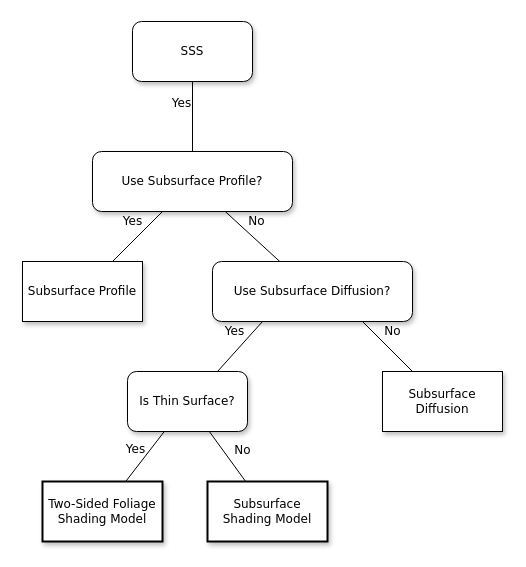
Earlier version of the draw.io diagram 未命名绘图.drawio (sextance/CG-Homework). Source tidied: cells renumbered, new cells numbered last; positions are measured from the earlier drawing's top-left corner, leaving out a move shared by most shapes. Both pictures are drawn from the tidied source at 100%, with x=0, y=0 at pixel (22, 21).
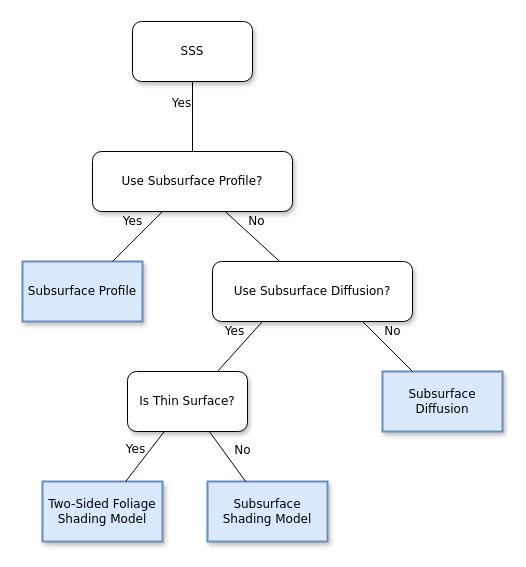
The same page after the edit.

Commit message (it also covers changes not shown here):
更新未命名绘图.drawio

Change to the diagram source:
```diff
@@
 <mxGraphModel>
   <root>
     <mxCell id="0" />
     <mxCell id="1" parent="0" />
     <mxCell id="2" value="SSS" style="whiteSpace=wrap;html=1;rounded=1;shadow=1;labelBackgroundColor=none;strokeWidth=1;fontFamily=Verdana;fontSize=12;align=center;" parent="1" vertex="1">
       <mxGeometry x="110" width="120" height="60" as="geometry" />
     </mxCell>
     <mxCell id="3" value="&lt;span&gt;Use Subsurface Profile?&lt;/span&gt;" style="whiteSpace=wrap;html=1;rounded=1;shadow=1;labelBackgroundColor=none;strokeWidth=1;fontFamily=Verdana;fontSize=12;align=center;" parent="1" vertex="1">
       <mxGeometry x="70" y="130" width="200" height="60" as="geometry" />
     </mxCell>
     <mxCell id="4" value="Yes" style="rounded=0;html=1;labelBackgroundColor=none;startArrow=none;startFill=0;startSize=5;endArrow=none;endFill=0;endSize=5;jettySize=auto;strokeWidth=1;fontFamily=Verdana;fontSize=12;" parent="1" edge="1" source="2" target="3">
       <mxGeometry x="-0.36" y="-11" relative="1" as="geometry" />
     </mxCell>
-    <mxCell id="5" value="&lt;span&gt;Subsurface Profile&lt;/span&gt;" style="whiteSpace=wrap;html=1;rounded=0;shadow=1;labelBackgroundColor=none;strokeWidth=1;fontFamily=Verdana;fontSize=12;align=center;" parent="1" vertex="1">
+    <mxCell id="5" value="&lt;span&gt;Subsurface Profile&lt;/span&gt;" style="whiteSpace=wrap;html=1;rounded=0;shadow=1;labelBackgroundColor=none;strokeWidth=2;fontFamily=Verdana;fontSize=12;align=center;fillColor=#dae8fc;strokeColor=#6c8ebf;" parent="1" vertex="1">
       <mxGeometry y="240" width="120" height="60" as="geometry" />
     </mxCell>
     <mxCell id="6" value="&lt;span&gt;Use Subsurface Diffusion?&lt;/span&gt;" style="whiteSpace=wrap;html=1;rounded=1;shadow=1;labelBackgroundColor=none;strokeWidth=1;fontFamily=Verdana;fontSize=12;align=center;" parent="1" vertex="1">
       <mxGeometry x="190" y="240" width="200" height="60" as="geometry" />
     </mxCell>
-    <mxCell id="7" value="&lt;span&gt;Subsurface Diffusion&lt;/span&gt;" style="whiteSpace=wrap;html=1;rounded=0;shadow=1;labelBackgroundColor=none;strokeWidth=1;fontFamily=Verdana;fontSize=12;align=center;" parent="1" vertex="1">
+    <mxCell id="7" value="&lt;span&gt;Subsurface Diffusion&lt;/span&gt;" style="whiteSpace=wrap;html=1;rounded=0;shadow=1;labelBackgroundColor=none;strokeWidth=2;fontFamily=Verdana;fontSize=12;align=center;fillColor=#dae8fc;strokeColor=#6c8ebf;" parent="1" vertex="1">
       <mxGeometry x="360" y="350" width="120" height="60" as="geometry" />
     </mxCell>
     <mxCell id="8" value="&lt;span&gt;Is Thin Surface?&lt;/span&gt;" style="whiteSpace=wrap;html=1;rounded=1;shadow=1;labelBackgroundColor=none;strokeWidth=1;fontFamily=Verdana;fontSize=12;align=center;" parent="1" vertex="1">
       <mxGeometry x="105" y="350" width="120" height="60" as="geometry" />
     </mxCell>
     <mxCell id="9" value="Yes" style="rounded=0;html=1;labelBackgroundColor=none;startArrow=none;startFill=0;startSize=5;endArrow=none;endFill=0;endSize=5;jettySize=auto;strokeWidth=1;fontFamily=Verdana;fontSize=12;" parent="1" edge="1" source="3" target="5">
       <mxGeometry x="-0.2" y="-14" relative="1" as="geometry" />
     </mxCell>
     <mxCell id="10" value="No" style="rounded=0;html=1;labelBackgroundColor=none;startArrow=none;startFill=0;startSize=5;endArrow=none;endFill=0;endSize=5;jettySize=auto;strokeWidth=1;fontFamily=Verdana;fontSize=12;" parent="1" edge="1" source="3" target="6">
       <mxGeometry x="-0.2" y="14" relative="1" as="geometry" />
     </mxCell>
     <mxCell id="11" value="Yes" style="rounded=0;html=1;labelBackgroundColor=none;startArrow=none;startFill=0;startSize=5;endArrow=none;endFill=0;endSize=5;jettySize=auto;strokeWidth=1;fontFamily=Verdana;fontSize=12;exitX=0.25;exitY=1;exitDx=0;exitDy=0;entryX=0.75;entryY=0;entryDx=0;entryDy=0;" parent="1" edge="1" source="6" target="8">
       <mxGeometry x="-0.22" y="-14" relative="1" as="geometry" />
     </mxCell>
-    <mxCell id="12" value="Two-Sided Foliage&lt;br&gt;Shading Model" style="whiteSpace=wrap;html=1;rounded=0;shadow=1;labelBackgroundColor=none;strokeWidth=2;fontFamily=Verdana;fontSize=12;align=center;" parent="1" vertex="1">
+    <mxCell id="12" value="Two-Sided Foliage&lt;br&gt;Shading Model" style="whiteSpace=wrap;html=1;rounded=0;shadow=1;labelBackgroundColor=none;strokeWidth=2;fontFamily=Verdana;fontSize=12;align=center;fillColor=#dae8fc;strokeColor=#6c8ebf;" parent="1" vertex="1">
       <mxGeometry x="20" y="460" width="120" height="60" as="geometry" />
     </mxCell>
-    <mxCell id="13" value="Subsurface&lt;br&gt;Shading Model" style="whiteSpace=wrap;html=1;rounded=0;shadow=1;labelBackgroundColor=none;strokeWidth=2;fontFamily=Verdana;fontSize=12;align=center;" parent="1" vertex="1">
+    <mxCell id="13" value="Subsurface&lt;br&gt;Shading Model" style="whiteSpace=wrap;html=1;rounded=0;shadow=1;labelBackgroundColor=none;strokeWidth=2;fontFamily=Verdana;fontSize=12;align=center;fillColor=#dae8fc;strokeColor=#6c8ebf;" parent="1" vertex="1">
       <mxGeometry x="185" y="460" width="120" height="60" as="geometry" />
     </mxCell>
     <mxCell id="14" value="Yes" style="rounded=0;html=1;labelBackgroundColor=none;startArrow=none;startFill=0;startSize=5;endArrow=none;endFill=0;endSize=5;jettySize=auto;strokeWidth=1;fontFamily=Verdana;fontSize=12;" parent="1" edge="1" source="8" target="12">
       <mxGeometry y="-12" relative="1" as="geometry" />
     </mxCell>
     <mxCell id="15" value="No" style="rounded=0;html=1;labelBackgroundColor=none;startArrow=none;startFill=0;startSize=5;endArrow=none;endFill=0;endSize=5;jettySize=auto;strokeWidth=1;fontFamily=Verdana;fontSize=12;" parent="1" edge="1" source="8" target="13">
       <mxGeometry x="0.14" y="16" relative="1" as="geometry" />
     </mxCell>
     <mxCell id="16" value="No" style="rounded=0;html=1;labelBackgroundColor=none;startArrow=none;startFill=0;startSize=5;endArrow=none;endFill=0;endSize=5;jettySize=auto;strokeWidth=1;fontFamily=Verdana;fontSize=12;exitX=0.75;exitY=1;exitDx=0;exitDy=0;entryX=0.25;entryY=0;entryDx=0;entryDy=0;" parent="1" edge="1" source="6" target="7">
       <mxGeometry x="-0.2" y="14" relative="1" as="geometry" />
     </mxCell>
   </root>
 </mxGraphModel>
```
